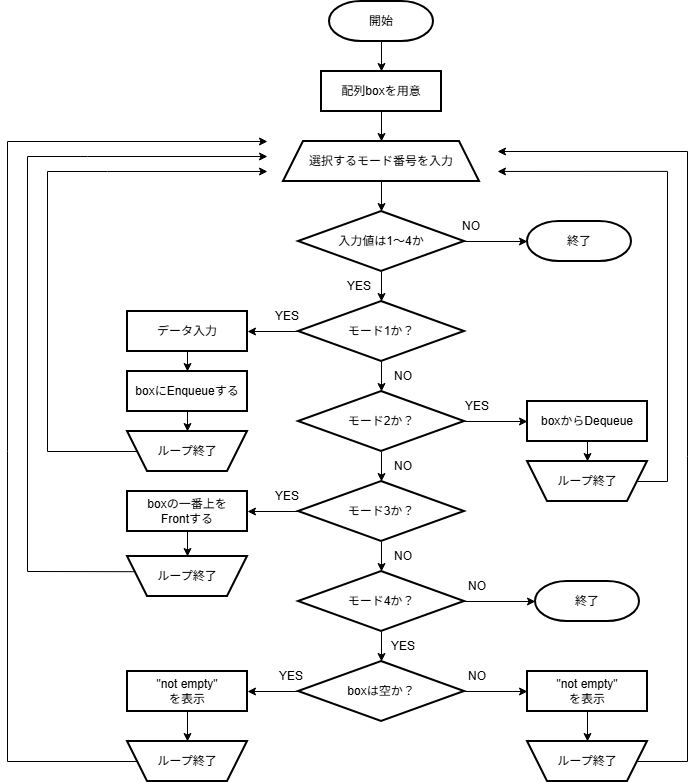
Hyuto46/5-7 keeps this draw.io diagram as lesson03.png. Above is the earlier version. Source tidied: cells renumbered, new cells last; positions are measured from the earlier drawing's top-left corner, leaving out a move shared by most shapes.
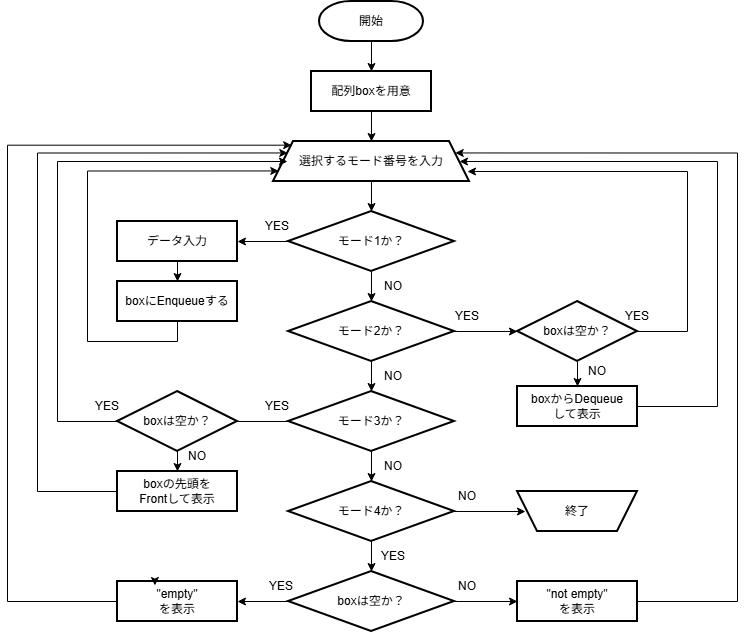
The same diagram one commit later.

The edit, as a diff of the source:
```diff
@@ -6,32 +6,25 @@
       <mxGeometry relative="1" as="geometry" />
     </mxCell>
     <mxCell id="3" value="開始" style="strokeWidth=2;html=1;shape=mxgraph.flowchart.terminator;whiteSpace=wrap;" parent="1" vertex="1">
-      <mxGeometry x="322" width="104" height="40" as="geometry" />
+      <mxGeometry x="322" y="90" width="104" height="40" as="geometry" />
     </mxCell>
     <mxCell id="4" style="edgeStyle=orthogonalEdgeStyle;rounded=0;jettySize=auto;html=1;" parent="1" edge="1" source="5" target="7">
       <mxGeometry relative="1" as="geometry" />
     </mxCell>
     <mxCell id="5" value="配列boxを用意" style="whiteSpace=wrap;html=1;strokeWidth=2;" parent="1" vertex="1">
-      <mxGeometry x="314" y="70" width="120" height="40" as="geometry" />
+      <mxGeometry x="314" y="160" width="120" height="40" as="geometry" />
     </mxCell>
-    <mxCell id="6" style="edgeStyle=orthogonalEdgeStyle;rounded=0;jettySize=auto;html=1;" parent="1" edge="1" source="7" target="11">
-      <mxGeometry relative="1" as="geometry" />
-    </mxCell>
     <mxCell id="7" value="選択するモード番号を入力" style="shape=trapezoid;perimeter=trapezoidPerimeter;whiteSpace=wrap;html=1;fixedSize=1;strokeWidth=2;" parent="1" vertex="1">
-      <mxGeometry x="276" y="140" width="196" height="40" as="geometry" />
+      <mxGeometry x="276" y="230" width="196" height="40" as="geometry" />
     </mxCell>
     <mxCell id="8" style="edgeStyle=orthogonalEdgeStyle;rounded=0;orthogonalLoop=1;jettySize=auto;html=1;exitX=0.5;exitY=1;exitDx=0;exitDy=0;" parent="1" edge="1" source="5" target="5">
       <mxGeometry relative="1" as="geometry" />
     </mxCell>
-    <mxCell id="9" style="edgeStyle=orthogonalEdgeStyle;rounded=0;jettySize=auto;html=1;" parent="1" edge="1" source="11" target="14">
-      <mxGeometry relative="1" as="geometry" />
+    <mxCell id="9" style="edgeStyle=orthogonalEdgeStyle;rounded=0;jettySize=auto;html=1;" parent="1" edge="1" target="14">
+      <mxGeometry relative="1" as="geometry">
+        <mxPoint x="374" y="270" as="sourcePoint" />
+      </mxGeometry>
     </mxCell>
-    <mxCell id="10" style="edgeStyle=orthogonalEdgeStyle;rounded=0;jettySize=auto;html=1;endArrow=classic;endFill=1;entryX=0;entryY=0.5;entryDx=0;entryDy=0;entryPerimeter=0;" parent="1" edge="1" source="11" target="26">
-      <mxGeometry relative="1" as="geometry" />
-    </mxCell>
-    <mxCell id="11" value="入力値は1～4か" style="rhombus;whiteSpace=wrap;html=1;strokeWidth=2;" parent="1" vertex="1">
-      <mxGeometry x="291" y="210" width="166" height="60" as="geometry" />
-    </mxCell>
     <mxCell id="12" style="edgeStyle=orthogonalEdgeStyle;rounded=0;jettySize=auto;html=1;" parent="1" edge="1" source="14" target="16">
       <mxGeometry relative="1" as="geometry" />
     </mxCell>
@@ -59,8 +52,10 @@
     <mxCell id="20" style="edgeStyle=orthogonalEdgeStyle;rounded=0;jettySize=auto;html=1;" parent="1" edge="1" source="22" target="25">
       <mxGeometry relative="1" as="geometry" />
     </mxCell>
-    <mxCell id="21" style="edgeStyle=orthogonalEdgeStyle;rounded=0;jettySize=auto;html=1;" parent="1" edge="1" source="22" target="38">
-      <mxGeometry relative="1" as="geometry" />
+    <mxCell id="21" style="edgeStyle=orthogonalEdgeStyle;rounded=0;jettySize=auto;html=1;" parent="1" edge="1" source="22">
+      <mxGeometry relative="1" as="geometry">
+        <mxPoint x="528" y="600" as="targetPoint" />
+      </mxGeometry>
     </mxCell>
     <mxCell id="22" value="モード4か？" style="rhombus;whiteSpace=wrap;html=1;strokeWidth=2;" parent="1" vertex="1">
       <mxGeometry x="291" y="570" width="166" height="60" as="geometry" />
@@ -74,20 +69,16 @@
     <mxCell id="25" value="boxは空か？" style="rhombus;whiteSpace=wrap;html=1;strokeWidth=2;" parent="1" vertex="1">
       <mxGeometry x="291" y="660" width="166" height="60" as="geometry" />
     </mxCell>
-    <mxCell id="26" value="終了" style="strokeWidth=2;html=1;shape=mxgraph.flowchart.terminator;whiteSpace=wrap;" parent="1" vertex="1">
-      <mxGeometry x="520" y="220" width="104" height="40" as="geometry" />
-    </mxCell>
-    <mxCell id="27" style="edgeStyle=orthogonalEdgeStyle;rounded=0;jettySize=auto;html=1;" parent="1" edge="1" source="30" target="28">
-      <mxGeometry relative="1" as="geometry" />
-    </mxCell>
-    <mxCell id="28" value="ループ終了" style="shape=trapezoid;perimeter=trapezoidPerimeter;whiteSpace=wrap;html=1;fixedSize=1;strokeWidth=2;rotation=0;verticalAlign=middle;horizontal=1;direction=west;" parent="1" vertex="1">
-      <mxGeometry x="520" y="460" width="120" height="40" as="geometry" />
-    </mxCell>
-    <mxCell id="29" style="edgeStyle=orthogonalEdgeStyle;rounded=0;jettySize=auto;html=1;endArrow=classic;endFill=1;" parent="1" edge="1" source="16" target="30">
-      <mxGeometry relative="1" as="geometry" />
-    </mxCell>
+    <mxCell id="65" style="edgeStyle=orthogonalEdgeStyle;rounded=0;jettySize=auto;html=1;" parent="1" edge="1" source="30" target="7">
+      <mxGeometry relative="1" as="geometry">
+        <Array as="points">
+          <mxPoint x="720" y="495" />
+          <mxPoint x="720" y="250" />
+        </Array>
+      </mxGeometry>
+    </mxCell>
-    <mxCell id="30" value="boxからDequeue" style="whiteSpace=wrap;html=1;strokeWidth=2;" parent="1" vertex="1">
-      <mxGeometry x="520" y="400" width="120" height="40" as="geometry" />
+    <mxCell id="30" value="boxからDequeue&lt;br&gt;して表示" style="whiteSpace=wrap;html=1;strokeWidth=2;" parent="1" vertex="1">
+      <mxGeometry x="520" y="475" width="120" height="40" as="geometry" />
     </mxCell>
     <mxCell id="31" style="edgeStyle=orthogonalEdgeStyle;rounded=0;jettySize=auto;html=1;" parent="1" edge="1" source="32" target="34">
       <mxGeometry relative="1" as="geometry" />
@@ -95,108 +86,54 @@
     <mxCell id="32" value="データ入力" style="whiteSpace=wrap;html=1;strokeWidth=2;" parent="1" vertex="1">
       <mxGeometry x="120" y="310" width="120" height="40" as="geometry" />
     </mxCell>
-    <mxCell id="33" style="edgeStyle=orthogonalEdgeStyle;rounded=0;jettySize=auto;html=1;" parent="1" edge="1" source="34" target="35">
-      <mxGeometry relative="1" as="geometry" />
+    <mxCell id="33" style="edgeStyle=orthogonalEdgeStyle;rounded=0;jettySize=auto;html=1;entryX=0;entryY=0.75;entryDx=0;entryDy=0;" parent="1" edge="1" source="34" target="7">
+      <mxGeometry relative="1" as="geometry">
+        <Array as="points">
+          <mxPoint x="180" y="430" />
+          <mxPoint x="90" y="430" />
+          <mxPoint x="90" y="259" />
+        </Array>
+      </mxGeometry>
     </mxCell>
     <mxCell id="34" value="boxにEnqueueする" style="whiteSpace=wrap;html=1;strokeWidth=2;" parent="1" vertex="1">
       <mxGeometry x="120" y="370" width="120" height="40" as="geometry" />
     </mxCell>
-    <mxCell id="35" value="ループ終了" style="shape=trapezoid;perimeter=trapezoidPerimeter;whiteSpace=wrap;html=1;fixedSize=1;strokeWidth=2;rotation=0;verticalAlign=middle;horizontal=1;direction=west;" parent="1" vertex="1">
-      <mxGeometry x="120" y="430" width="120" height="40" as="geometry" />
-    </mxCell>
-    <mxCell id="36" style="edgeStyle=orthogonalEdgeStyle;rounded=0;jettySize=auto;html=1;" parent="1" edge="1" source="37" target="45">
-      <mxGeometry relative="1" as="geometry" />
-    </mxCell>
+    <mxCell id="66" style="edgeStyle=orthogonalEdgeStyle;rounded=0;jettySize=auto;html=1;entryX=0;entryY=0.25;entryDx=0;entryDy=0;" parent="1" edge="1" source="37" target="7">
+      <mxGeometry relative="1" as="geometry">
+        <Array as="points">
+          <mxPoint x="40" y="580" />
+          <mxPoint x="40" y="241" />
+        </Array>
+      </mxGeometry>
+    </mxCell>
-    <mxCell id="37" value="boxの一番上を&lt;div&gt;Frontする&lt;/div&gt;" style="whiteSpace=wrap;html=1;strokeWidth=2;" parent="1" vertex="1">
-      <mxGeometry x="120" y="490" width="120" height="40" as="geometry" />
+    <mxCell id="37" value="boxの先頭を&lt;div&gt;Frontして表示&lt;/div&gt;" style="whiteSpace=wrap;html=1;strokeWidth=2;" parent="1" vertex="1">
+      <mxGeometry x="120" y="560" width="120" height="40" as="geometry" />
     </mxCell>
-    <mxCell id="38" value="終了" style="strokeWidth=2;html=1;shape=mxgraph.flowchart.terminator;whiteSpace=wrap;" parent="1" vertex="1">
-      <mxGeometry x="528" y="580" width="104" height="40" as="geometry" />
-    </mxCell>
-    <mxCell id="39" style="edgeStyle=orthogonalEdgeStyle;rounded=0;jettySize=auto;html=1;" parent="1" edge="1" source="40" target="41">
-      <mxGeometry relative="1" as="geometry" />
-    </mxCell>
+    <mxCell id="67" style="edgeStyle=orthogonalEdgeStyle;rounded=0;jettySize=auto;html=1;entryX=1;entryY=0.25;entryDx=0;entryDy=0;" parent="1" edge="1" source="40" target="7">
+      <mxGeometry relative="1" as="geometry">
+        <Array as="points">
+          <mxPoint x="740" y="690" />
+          <mxPoint x="740" y="241" />
+        </Array>
+      </mxGeometry>
+    </mxCell>
     <mxCell id="40" value="&quot;not empty&quot;&lt;div&gt;を表示&lt;/div&gt;" style="whiteSpace=wrap;html=1;strokeWidth=2;" parent="1" vertex="1">
       <mxGeometry x="520" y="670" width="120" height="40" as="geometry" />
     </mxCell>
-    <mxCell id="41" value="ループ終了" style="shape=trapezoid;perimeter=trapezoidPerimeter;whiteSpace=wrap;html=1;fixedSize=1;strokeWidth=2;rotation=0;verticalAlign=middle;horizontal=1;direction=west;" parent="1" vertex="1">
-      <mxGeometry x="520" y="740" width="120" height="40" as="geometry" />
-    </mxCell>
-    <mxCell id="42" style="edgeStyle=orthogonalEdgeStyle;rounded=0;jettySize=auto;html=1;" parent="1" edge="1" source="43" target="44">
-      <mxGeometry relative="1" as="geometry" />
-    </mxCell>
+    <mxCell id="68" style="edgeStyle=orthogonalEdgeStyle;rounded=0;jettySize=auto;html=1;entryX=0;entryY=0;entryDx=0;entryDy=0;" parent="1" edge="1" source="43" target="7">
+      <mxGeometry relative="1" as="geometry">
+        <Array as="points">
+          <mxPoint x="10" y="690" />
+          <mxPoint x="10" y="234" />
+        </Array>
+      </mxGeometry>
+    </mxCell>
-    <mxCell id="43" value="&quot;not empty&quot;&lt;div&gt;を表示&lt;/div&gt;" style="whiteSpace=wrap;html=1;strokeWidth=2;" parent="1" vertex="1">
+    <mxCell id="43" value="&quot;empty&quot;&lt;div&gt;を表示&lt;/div&gt;" style="whiteSpace=wrap;html=1;strokeWidth=2;" parent="1" vertex="1">
       <mxGeometry x="120" y="670" width="120" height="40" as="geometry" />
     </mxCell>
-    <mxCell id="44" value="ループ終了" style="shape=trapezoid;perimeter=trapezoidPerimeter;whiteSpace=wrap;html=1;fixedSize=1;strokeWidth=2;rotation=0;verticalAlign=middle;horizontal=1;direction=west;" parent="1" vertex="1">
-      <mxGeometry x="120" y="740" width="120" height="40" as="geometry" />
-    </mxCell>
-    <mxCell id="45" value="ループ終了" style="shape=trapezoid;perimeter=trapezoidPerimeter;whiteSpace=wrap;html=1;fixedSize=1;strokeWidth=2;rotation=0;verticalAlign=middle;horizontal=1;direction=west;" parent="1" vertex="1">
-      <mxGeometry x="120" y="555" width="120" height="40" as="geometry" />
+    <mxCell id="45" value="終了" style="shape=trapezoid;perimeter=trapezoidPerimeter;whiteSpace=wrap;html=1;fixedSize=1;strokeWidth=2;rotation=0;verticalAlign=middle;horizontal=1;direction=west;" parent="1" vertex="1">
+      <mxGeometry x="520" y="580" width="120" height="40" as="geometry" />
     </mxCell>
-    <mxCell id="46" style="orthogonalLoop=1;jettySize=auto;html=1;rounded=0;edgeStyle=orthogonalEdgeStyle;" parent="1" edge="1">
-      <mxGeometry relative="1" as="geometry">
-        <mxPoint x="40" y="450" as="sourcePoint" />
-        <mxPoint x="260" y="170" as="targetPoint" />
-        <Array as="points">
-          <mxPoint x="100" y="170" />
-          <mxPoint x="100" y="170" />
-        </Array>
-      </mxGeometry>
-    </mxCell>
-    <mxCell id="47" style="endArrow=none;html=1;rounded=0;" parent="1" edge="1" target="35">
-      <mxGeometry relative="1" as="geometry">
-        <mxPoint x="40" y="450" as="sourcePoint" />
-      </mxGeometry>
-    </mxCell>
-    <mxCell id="48" style="orthogonalLoop=1;jettySize=auto;html=1;rounded=0;edgeStyle=orthogonalEdgeStyle;" parent="1" edge="1">
-      <mxGeometry relative="1" as="geometry">
-        <mxPoint x="20" y="570" as="sourcePoint" />
-        <mxPoint x="260" y="155" as="targetPoint" />
-        <Array as="points">
-          <mxPoint x="80" y="155" />
-          <mxPoint x="80" y="155" />
-        </Array>
-      </mxGeometry>
-    </mxCell>
-    <mxCell id="49" style="endArrow=none;html=1;rounded=0;entryX=0.94;entryY=0.62;entryDx=0;entryDy=0;entryPerimeter=0;" parent="1" edge="1" target="45">
-      <mxGeometry relative="1" as="geometry">
-        <mxPoint x="20" y="570" as="sourcePoint" />
-      </mxGeometry>
-    </mxCell>
-    <mxCell id="50" style="jettySize=auto;html=1;rounded=0;edgeStyle=orthogonalEdgeStyle;exitX=1;exitY=0.5;exitDx=0;exitDy=0;" parent="1" edge="1" source="44">
-      <mxGeometry relative="1" as="geometry">
-        <mxPoint x="260" y="140" as="targetPoint" />
-        <Array as="points">
-          <mxPoint y="760" />
-          <mxPoint y="140" />
-        </Array>
-      </mxGeometry>
-    </mxCell>
-    <mxCell id="51" style="jettySize=auto;html=1;rounded=0;edgeStyle=orthogonalEdgeStyle;exitX=0;exitY=0.5;exitDx=0;exitDy=0;" parent="1" edge="1" source="28">
-      <mxGeometry relative="1" as="geometry">
-        <mxPoint x="490" y="169.9" as="targetPoint" />
-        <Array as="points">
-          <mxPoint x="660" y="480" />
-          <mxPoint x="660" y="170" />
-        </Array>
-      </mxGeometry>
-    </mxCell>
-    <mxCell id="52" style="jettySize=auto;html=1;rounded=0;edgeStyle=orthogonalEdgeStyle;exitX=0;exitY=0.5;exitDx=0;exitDy=0;" parent="1" edge="1" source="41">
-      <mxGeometry relative="1" as="geometry">
-        <mxPoint x="490" y="150" as="targetPoint" />
-        <Array as="points">
-          <mxPoint x="680" y="760" />
-          <mxPoint x="680" y="150" />
-        </Array>
-      </mxGeometry>
-    </mxCell>
-    <mxCell id="53" value="NO" style="text;html=1;whiteSpace=wrap;strokeColor=none;fillColor=none;align=center;verticalAlign=middle;rounded=0;" parent="1" vertex="1">
-      <mxGeometry x="434" y="210" width="60" height="30" as="geometry" />
-    </mxCell>
-    <mxCell id="54" value="YES" style="text;html=1;whiteSpace=wrap;strokeColor=none;fillColor=none;align=center;verticalAlign=middle;rounded=0;" parent="1" vertex="1">
-      <mxGeometry x="322" y="270" width="60" height="30" as="geometry" />
-    </mxCell>
     <mxCell id="55" value="YES" style="text;html=1;whiteSpace=wrap;strokeColor=none;fillColor=none;align=center;verticalAlign=middle;rounded=0;" parent="1" vertex="1">
       <mxGeometry x="250" y="300" width="60" height="30" as="geometry" />
     </mxCell>
@@ -227,5 +164,51 @@
     <mxCell id="64" value="YES" style="text;html=1;whiteSpace=wrap;strokeColor=none;fillColor=none;align=center;verticalAlign=middle;rounded=0;" parent="1" vertex="1">
       <mxGeometry x="366" y="630" width="60" height="30" as="geometry" />
     </mxCell>
+    <mxCell id="69" style="edgeStyle=orthogonalEdgeStyle;rounded=0;orthogonalLoop=1;jettySize=auto;html=1;exitX=0.25;exitY=0;exitDx=0;exitDy=0;entryX=0.312;entryY=0.1;entryDx=0;entryDy=0;entryPerimeter=0;" parent="1" edge="1" source="43" target="43">
+      <mxGeometry relative="1" as="geometry" />
+    </mxCell>
+    <mxCell id="70" style="edgeStyle=orthogonalEdgeStyle;rounded=0;jettySize=auto;html=1;exitX=1;exitY=0.5;exitDx=0;exitDy=0;" parent="1" edge="1" source="77">
+      <mxGeometry relative="1" as="geometry">
+        <mxPoint x="470" y="260" as="targetPoint" />
+        <Array as="points">
+          <mxPoint x="690" y="420" />
+          <mxPoint x="690" y="260" />
+        </Array>
+      </mxGeometry>
+    </mxCell>
+    <mxCell id="71" value="YES" style="text;html=1;whiteSpace=wrap;strokeColor=none;fillColor=none;align=center;verticalAlign=middle;rounded=0;" parent="1" vertex="1">
+      <mxGeometry x="610" y="390" width="60" height="30" as="geometry" />
+    </mxCell>
+    <mxCell id="72" value="NO" style="text;html=1;whiteSpace=wrap;strokeColor=none;fillColor=none;align=center;verticalAlign=middle;rounded=0;" parent="1" vertex="1">
+      <mxGeometry x="570" y="445" width="60" height="30" as="geometry" />
+    </mxCell>
+    <mxCell id="73" style="edgeStyle=orthogonalEdgeStyle;rounded=0;jettySize=auto;html=1;" parent="1" edge="1" source="74">
+      <mxGeometry relative="1" as="geometry">
+        <mxPoint x="290" y="250" as="targetPoint" />
+        <Array as="points">
+          <mxPoint x="60" y="510" />
+          <mxPoint x="60" y="250" />
+          <mxPoint x="290" y="250" />
+        </Array>
+      </mxGeometry>
+    </mxCell>
+    <mxCell id="74" value="boxは空か？" style="rhombus;whiteSpace=wrap;html=1;strokeWidth=2;" parent="1" vertex="1">
+      <mxGeometry x="120" y="480" width="120" height="60" as="geometry" />
+    </mxCell>
+    <mxCell id="75" style="edgeStyle=orthogonalEdgeStyle;rounded=0;jettySize=auto;html=1;endArrow=classic;endFill=1;" parent="1" edge="1" source="16" target="77">
+      <mxGeometry relative="1" as="geometry" />
+    </mxCell>
+    <mxCell id="76" style="edgeStyle=orthogonalEdgeStyle;rounded=0;jettySize=auto;html=1;" parent="1" edge="1" source="77" target="30">
+      <mxGeometry relative="1" as="geometry" />
+    </mxCell>
+    <mxCell id="77" value="boxは空か？" style="rhombus;whiteSpace=wrap;html=1;strokeWidth=2;" parent="1" vertex="1">
+      <mxGeometry x="520" y="390" width="120" height="60" as="geometry" />
+    </mxCell>
+    <mxCell id="78" value="YES" style="text;html=1;whiteSpace=wrap;strokeColor=none;fillColor=none;align=center;verticalAlign=middle;rounded=0;" parent="1" vertex="1">
+      <mxGeometry x="80" y="480" width="60" height="30" as="geometry" />
+    </mxCell>
+    <mxCell id="79" value="NO" style="text;html=1;whiteSpace=wrap;strokeColor=none;fillColor=none;align=center;verticalAlign=middle;rounded=0;" parent="1" vertex="1">
+      <mxGeometry x="170" y="530" width="60" height="30" as="geometry" />
+    </mxCell>
   </root>
 </mxGraphModel>
```
